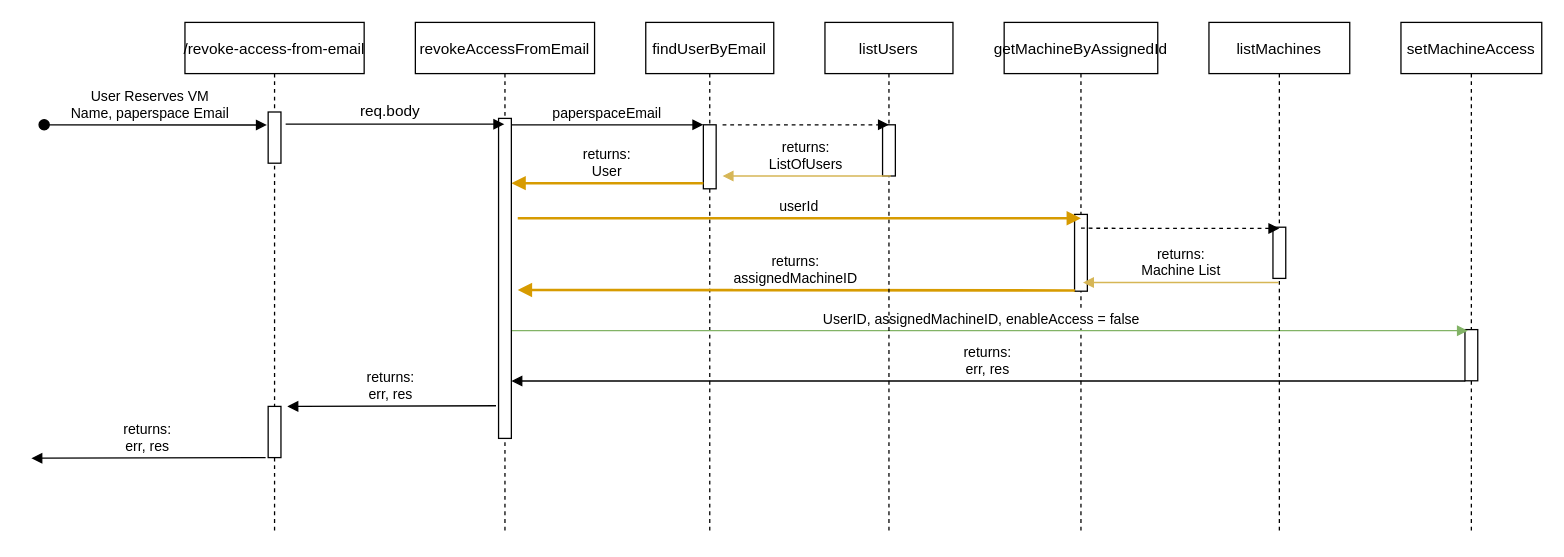
Above: Back-end/designDocs/RevokeAccessFlow.drawio in jayjayb772/IRL-Paperspace-automation (draw.io), before the change. Source tidied: cells renumbered, new cells numbered last; positions are measured from the earlier drawing's top-left corner, leaving out a move shared by most shapes. Both pictures are drawn from the tidied source at 128%, with x=0, y=0 at pixel (31, 22).
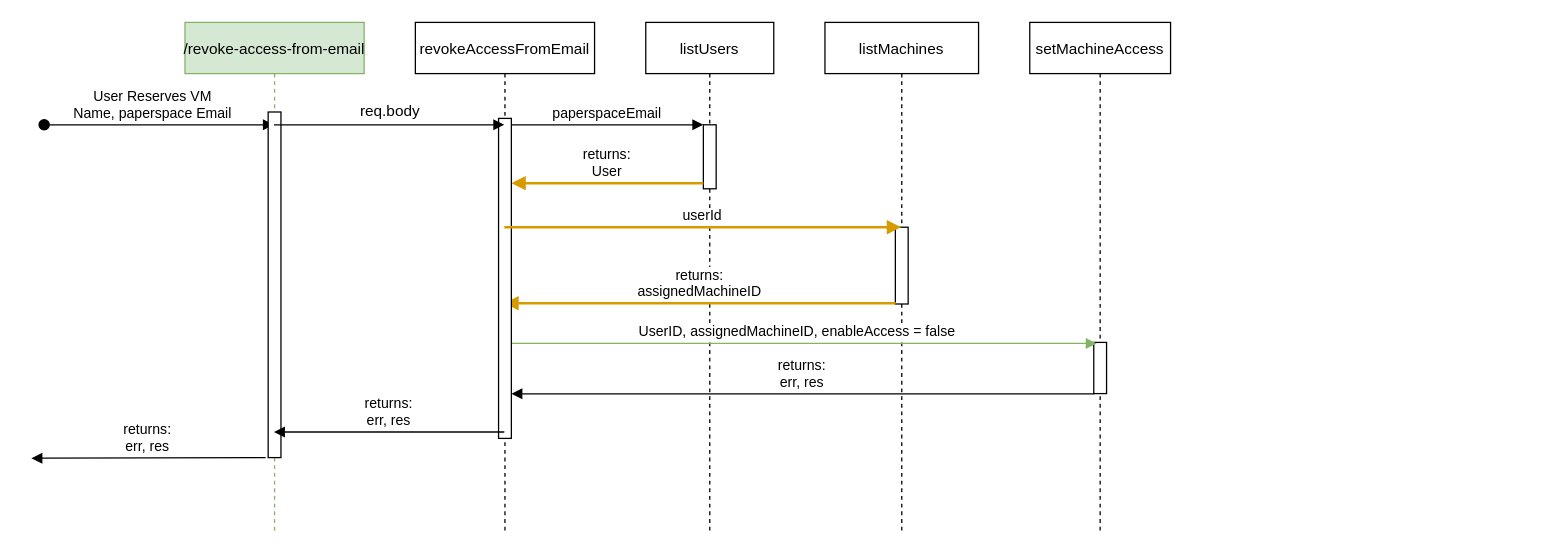
Above is the later version.

The change refers to these unchanged cells:
```xml
<mxCell id="17" value="revokeAccessFromEmail" style="shape=umlLifeline;perimeter=lifelinePerimeter;rounded=0;shadow=0;strokeWidth=1;" parent="1" vertex="1">
  <mxGeometry x="300" width="140" height="400" as="geometry" />
</mxCell>
<mxCell id="18" style="points=[];perimeter=orthogonalPerimeter;rounded=0;shadow=0;strokeWidth=1;" parent="17" vertex="1">
  <mxGeometry x="65" y="75" width="10" height="250" as="geometry" />
</mxCell>
```

Change to the diagram source:
```diff
@@
-    <mxCell id="2" value="/revoke-access-from-email" style="shape=umlLifeline;perimeter=lifelinePerimeter;rounded=0;shadow=0;strokeWidth=1;" parent="1" vertex="1">
+    <mxCell id="2" value="/revoke-access-from-email" style="shape=umlLifeline;perimeter=lifelinePerimeter;rounded=0;shadow=0;strokeWidth=1;fillColor=#d5e8d4;strokeColor=#82b366;" parent="1" vertex="1">
       <mxGeometry x="120" width="140" height="400" as="geometry" />
     </mxCell>
-    <mxCell id="3" value="User Reserves VM&#10;Name, paperspace Email" style="verticalAlign=bottom;startArrow=oval;endArrow=block;startSize=8;shadow=0;strokeWidth=1;entryX=-0.1;entryY=0.254;entryDx=0;entryDy=0;entryPerimeter=0;" parent="2" edge="1" target="4">
+    <mxCell id="3" value="User Reserves VM&#10;Name, paperspace Email" style="verticalAlign=bottom;startArrow=oval;endArrow=block;startSize=8;shadow=0;strokeWidth=1;" parent="2" edge="1" target="2">
       <mxGeometry x="-0.05" relative="1" as="geometry">
         <mxPoint x="-110" y="80" as="sourcePoint" />
       </mxGeometry>
     </mxCell>
     <mxCell id="4" style="points=[];perimeter=orthogonalPerimeter;rounded=0;shadow=0;strokeWidth=1;" parent="2" vertex="1">
-      <mxGeometry x="65" y="70" width="10" height="40" as="geometry" />
+      <mxGeometry x="65" y="70" width="10" height="270" as="geometry" />
     </mxCell>
-    <mxCell id="5" style="perimeter=orthogonalPerimeter;rounded=0;shadow=0;strokeWidth=1;" parent="2" vertex="1">
-      <mxGeometry x="65" y="300" width="10" height="40" as="geometry" />
-    </mxCell>
-    <mxCell id="6" value="findUserByEmail" style="shape=umlLifeline;perimeter=lifelinePerimeter;rounded=0;shadow=0;strokeWidth=1;" parent="1" vertex="1">
+    <mxCell id="6" value="listUsers" style="shape=umlLifeline;perimeter=lifelinePerimeter;rounded=0;shadow=0;strokeWidth=1;" parent="1" vertex="1">
       <mxGeometry x="480" width="100" height="400" as="geometry" />
     </mxCell>
@@
-    <mxCell id="10" value="getMachineByAssignedId" style="shape=umlLifeline;perimeter=lifelinePerimeter;rounded=0;shadow=0;strokeWidth=1;" parent="1" vertex="1">
-      <mxGeometry x="760" width="120" height="400" as="geometry" />
+    <mxCell id="10" value="listMachines" style="shape=umlLifeline;perimeter=lifelinePerimeter;rounded=0;shadow=0;strokeWidth=1;" parent="1" vertex="1">
+      <mxGeometry x="620" width="120" height="400" as="geometry" />
     </mxCell>
     <mxCell id="11" style="points=[];perimeter=orthogonalPerimeter;rounded=0;shadow=0;strokeWidth=1;" parent="10" vertex="1">
-      <mxGeometry x="55" y="150" width="10" height="60" as="geometry" />
+      <mxGeometry x="55" y="160" width="10" height="60" as="geometry" />
     </mxCell>
-    <mxCell id="12" value="returns:&#10;assignedMachineID" style="verticalAlign=bottom;endArrow=block;shadow=0;strokeWidth=2;exitX=0.029;exitY=0.99;exitDx=0;exitDy=0;exitPerimeter=0;fillColor=#ffe6cc;strokeColor=#d79b00;" parent="1" edge="1" source="11">
-      <mxGeometry relative="1" as="geometry">
-        <mxPoint x="380" y="209" as="targetPoint" />
-      </mxGeometry>
+    <mxCell id="12" value="returns:&#10;assignedMachineID" style="verticalAlign=bottom;endArrow=block;shadow=0;strokeWidth=2;exitX=0.029;exitY=0.99;exitDx=0;exitDy=0;exitPerimeter=0;fillColor=#ffe6cc;strokeColor=#d79b00;" parent="1" edge="1" source="11" target="17">
+      <mxGeometry relative="1" as="geometry" />
     </mxCell>
     <mxCell id="13" value="setMachineAccess" style="shape=umlLifeline;perimeter=lifelinePerimeter;rounded=0;shadow=0;strokeWidth=1;" parent="1" vertex="1">
-      <mxGeometry x="1070" width="110" height="400" as="geometry" />
+      <mxGeometry x="780" width="110" height="400" as="geometry" />
     </mxCell>
     <mxCell id="14" style="points=[];perimeter=orthogonalPerimeter;rounded=0;shadow=0;strokeWidth=1;" parent="13" vertex="1">
-      <mxGeometry x="50" y="240" width="10" height="40" as="geometry" />
+      <mxGeometry x="50" y="250" width="10" height="40" as="geometry" />
     </mxCell>
@@
-    <mxCell id="19" style="verticalAlign=bottom;endArrow=block;shadow=0;strokeWidth=1;exitX=1.367;exitY=0.238;exitDx=0;exitDy=0;exitPerimeter=0;" parent="1" edge="1" source="4" target="17">
-      <mxGeometry relative="1" as="geometry" />
+    <mxCell id="19" style="verticalAlign=bottom;endArrow=block;shadow=0;strokeWidth=1;" parent="1" edge="1" source="2" target="17">
+      <mxGeometry relative="1" as="geometry">
+        <Array as="points">
+          <mxPoint x="270" y="80" />
+        </Array>
+      </mxGeometry>
     </mxCell>
@@
-    <mxCell id="21" value="returns:&#10;err, res" style="verticalAlign=bottom;endArrow=block;shadow=0;strokeWidth=1;exitX=-0.2;exitY=0.898;exitDx=0;exitDy=0;exitPerimeter=0;" parent="1" edge="1" source="18">
+    <mxCell id="21" value="returns:&#10;err, res" style="verticalAlign=bottom;endArrow=block;shadow=0;strokeWidth=1;" parent="1" edge="1" source="17" target="2">
       <mxGeometry relative="1" as="geometry">
-        <mxPoint x="200" y="300" as="targetPoint" />
+        <Array as="points">
+          <mxPoint x="290" y="320" />
+        </Array>
       </mxGeometry>
     </mxCell>
@@
-    <mxCell id="23" value="listMachines" style="shape=umlLifeline;perimeter=lifelinePerimeter;rounded=0;shadow=0;strokeWidth=1;" parent="1" vertex="1">
-      <mxGeometry x="920" width="110" height="400" as="geometry" />
-    </mxCell>
-    <mxCell id="24" style="perimeter=orthogonalPerimeter;rounded=0;shadow=0;strokeWidth=1;" parent="23" vertex="1">
-      <mxGeometry x="50" y="160" width="10" height="40" as="geometry" />
-    </mxCell>
-    <mxCell id="25" value="listUsers" style="shape=umlLifeline;perimeter=lifelinePerimeter;rounded=0;shadow=0;strokeWidth=1;" parent="1" vertex="1">
-      <mxGeometry x="620" width="100" height="400" as="geometry" />
-    </mxCell>
-    <mxCell id="26" style="perimeter=orthogonalPerimeter;rounded=0;shadow=0;strokeWidth=1;" parent="25" vertex="1">
-      <mxGeometry x="45" y="80" width="10" height="40" as="geometry" />
-    </mxCell>
-    <mxCell id="27" style="verticalAlign=bottom;endArrow=block;entryX=0;entryY=0;shadow=0;strokeWidth=1;dashed=1;" parent="1" edge="1">
-      <mxGeometry relative="1" as="geometry">
-        <mxPoint x="540" y="80" as="sourcePoint" />
-        <mxPoint x="670" y="80" as="targetPoint" />
-      </mxGeometry>
-    </mxCell>
-    <mxCell id="28" value="returns:&#10;ListOfUsers" style="verticalAlign=bottom;endArrow=block;shadow=0;strokeWidth=1;entryX=0.536;entryY=0.314;entryDx=0;entryDy=0;entryPerimeter=0;fillColor=#fff2cc;strokeColor=#d6b656;" parent="1" edge="1">
-      <mxGeometry relative="1" as="geometry">
-        <mxPoint x="671.4" y="120" as="sourcePoint" />
-        <mxPoint x="540" y="120" as="targetPoint" />
-      </mxGeometry>
-    </mxCell>
-    <mxCell id="29" style="verticalAlign=bottom;endArrow=block;shadow=0;strokeWidth=1;dashed=1;exitX=0.5;exitY=0.402;exitDx=0;exitDy=0;exitPerimeter=0;" parent="1" edge="1" source="10">
-      <mxGeometry relative="1" as="geometry">
-        <mxPoint x="975" y="161" as="targetPoint" />
-      </mxGeometry>
-    </mxCell>
-    <mxCell id="30" value="returns:&#10;Machine List" style="verticalAlign=bottom;endArrow=block;shadow=0;strokeWidth=1;entryX=0.513;entryY=0.508;entryDx=0;entryDy=0;entryPerimeter=0;fillColor=#fff2cc;strokeColor=#d6b656;" parent="1" edge="1" source="23" target="10">
-      <mxGeometry relative="1" as="geometry" />
-    </mxCell>
-    <mxCell id="31" value="userId" style="verticalAlign=bottom;endArrow=block;shadow=0;strokeWidth=2;fillColor=#ffe6cc;strokeColor=#d79b00;" parent="1" edge="1">
+    <mxCell id="31" value="userId" style="verticalAlign=bottom;endArrow=block;shadow=0;strokeWidth=2;fillColor=#ffe6cc;strokeColor=#d79b00;" parent="1" edge="1" source="17" target="10">
       <mxGeometry relative="1" as="geometry">
-        <mxPoint x="380" y="153" as="sourcePoint" />
-        <mxPoint x="820" y="153" as="targetPoint" />
+        <Array as="points">
+          <mxPoint x="610" y="160" />
+        </Array>
       </mxGeometry>
     </mxCell>
```
